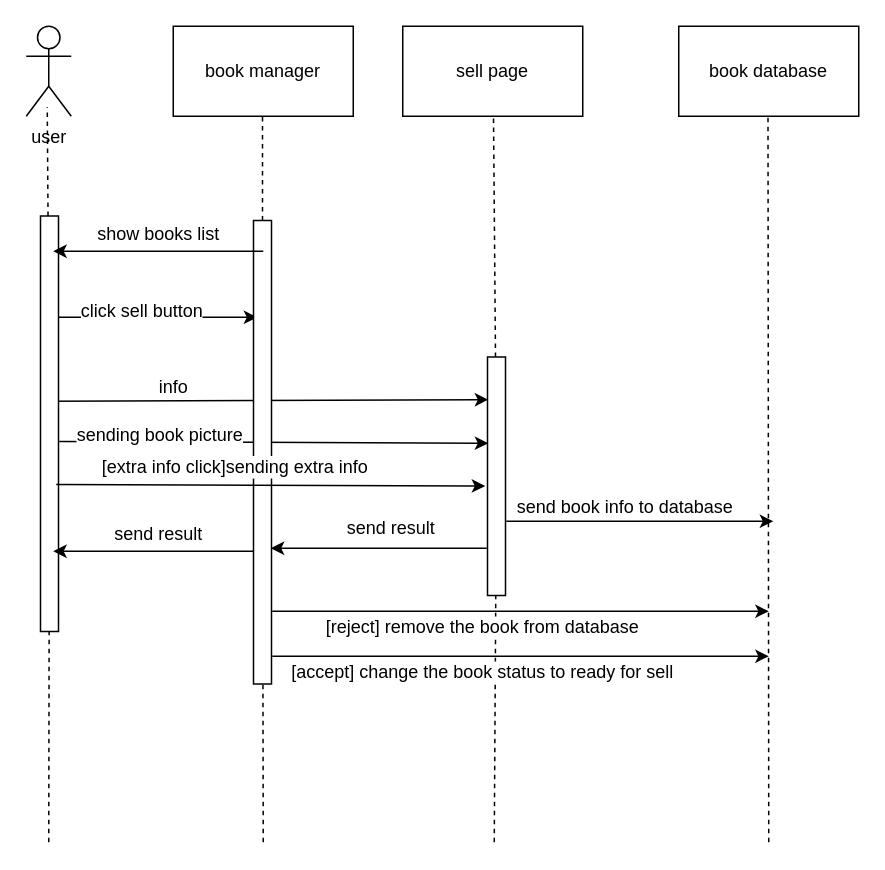
Earlier version of the draw.io diagram Sequence Diagram/sequence-diagram-book-selling.drawio (m-bassiri/HamyarApp). Source tidied: cells renumbered, new cells numbered last; positions are measured from the earlier drawing's top-left corner, leaving out a move shared by most shapes. Both pictures are drawn from the tidied source at 150%, with x=0, y=0 at pixel (-159, 26).
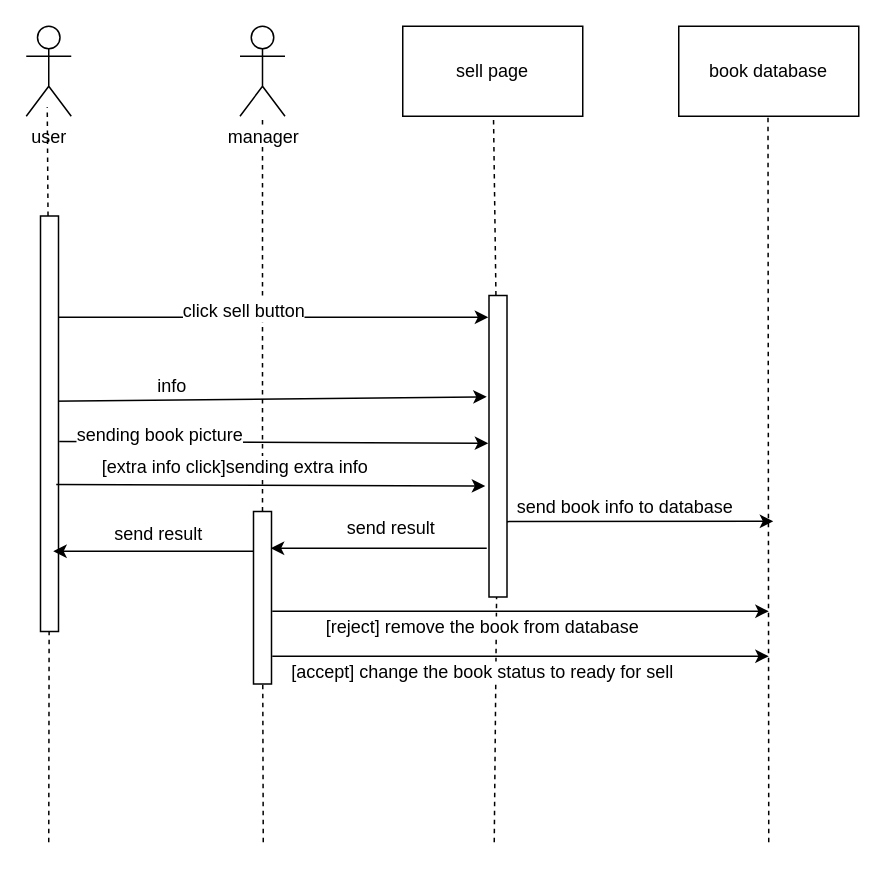
The same page after the edit.

Change to the diagram source:
```diff
@@
-    <mxCell id="2" value="book manager&lt;br&gt;" style="rounded=0;whiteSpace=wrap;html=1;" parent="1" vertex="1">
-      <mxGeometry x="221" width="120" height="60" as="geometry" />
-    </mxCell>
@@
     <mxCell id="9" style="endArrow=classic;html=1;" parent="1" edge="1">
       <mxGeometry relative="1" as="geometry">
         <mxPoint x="138" y="194" as="sourcePoint" />
-        <mxPoint x="277" y="194" as="targetPoint" />
+        <mxPoint x="431" y="194" as="targetPoint" />
       </mxGeometry>
     </mxCell>
@@
-    <mxCell id="11" style="endArrow=classic;html=1;entryX=0.821;entryY=0.042;entryDx=0;entryDy=0;entryPerimeter=0;" parent="1" edge="1" target="19">
+    <mxCell id="11" style="endArrow=classic;html=1;entryX=0.664;entryY=-0.125;entryDx=0;entryDy=0;entryPerimeter=0;" parent="1" edge="1" target="19">
       <mxGeometry relative="1" as="geometry">
         <mxPoint x="138" y="250" as="sourcePoint" />
       </mxGeometry>
     </mxCell>
@@
     <mxCell id="19" style="rounded=0;whiteSpace=wrap;html=1;rotation=-90;" parent="1" vertex="1">
-      <mxGeometry x="357" y="294" width="159" height="12" as="geometry" />
+      <mxGeometry x="337" y="274" width="201" height="12" as="geometry" />
     </mxCell>
@@
     <mxCell id="21" style="rounded=0;whiteSpace=wrap;html=1;rotation=-90;" parent="1" vertex="1">
-      <mxGeometry x="126" y="278" width="309" height="12" as="geometry" />
+      <mxGeometry x="223" y="375" width="115" height="12" as="geometry" />
     </mxCell>
@@
-    <mxCell id="25" style="endArrow=classic;html=1;" parent="1" edge="1">
-      <mxGeometry relative="1" as="geometry">
-        <mxPoint x="281" y="150" as="sourcePoint" />
-        <mxPoint x="141" y="150" as="targetPoint" />
-      </mxGeometry>
-    </mxCell>
-    <mxCell id="26" value="show books list&lt;br&gt;" style="text;html=1;align=center;verticalAlign=middle;labelBackgroundColor=#ffffff;" parent="25" vertex="1">
-      <mxGeometry x="-0.12" y="5" relative="1" as="geometry">
-        <mxPoint x="-9" y="-17" as="offset" />
-      </mxGeometry>
-    </mxCell>
@@
-    <mxCell id="30" style="endArrow=classic;html=1;exitX=0.311;exitY=1.042;exitDx=0;exitDy=0;exitPerimeter=0;" parent="1" edge="1" source="19">
+    <mxCell id="30" style="endArrow=classic;html=1;exitX=0.25;exitY=1;exitDx=0;exitDy=0;" parent="1" edge="1" source="19">
       <mxGeometry relative="1" as="geometry">
         <mxPoint x="621" y="330" as="targetPoint" />
       </mxGeometry>
     </mxCell>
@@
+    <mxCell id="36" value="manager" style="shape=umlActor;verticalLabelPosition=bottom;labelBackgroundColor=#ffffff;verticalAlign=top;html=1;" parent="1" vertex="1">
+      <mxGeometry x="265.5" width="30" height="60" as="geometry" />
+    </mxCell>
```
